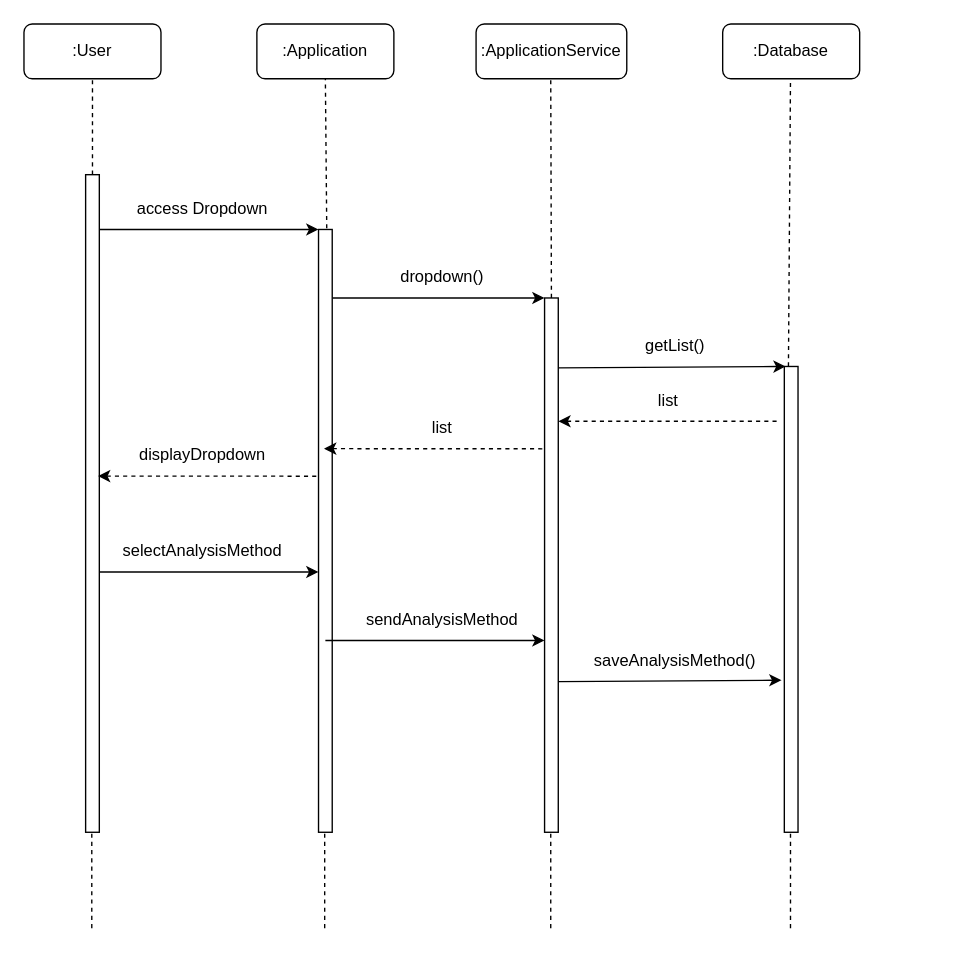
Above: UC3.drawio in 3311GroupProject/youngwookEECS3311Project (draw.io), before the change. Source tidied: cells renumbered, new cells numbered last; positions are measured from the earlier drawing's top-left corner, leaving out a move shared by most shapes. Both pictures are drawn from the tidied source at 137%, with x=0, y=0 at pixel (23, 23).
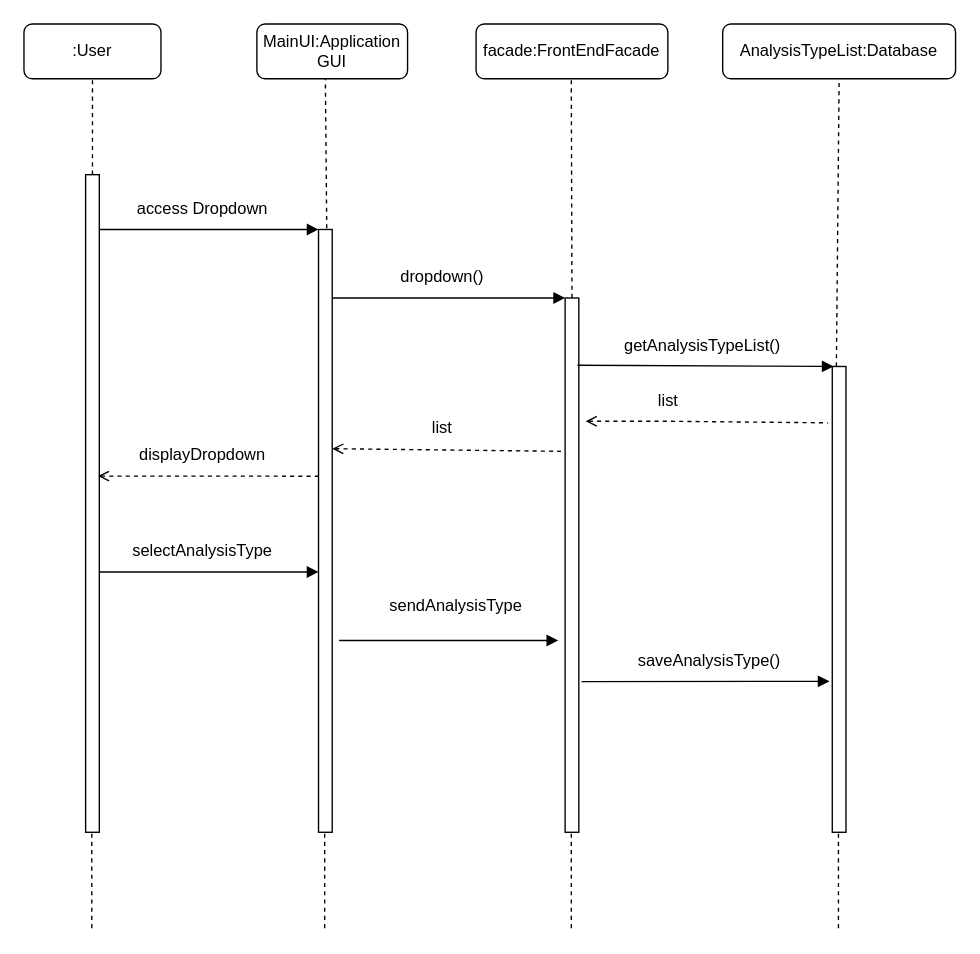
After the change.

The change refers to these unchanged cells:
```xml
<mxCell id="11" style="html=1;points=[];perimeter=orthogonalPerimeter;" parent="1" vertex="1">
  <mxGeometry x="45" y="110" width="10" height="480" as="geometry" />
</mxCell>
<mxCell id="14" style="html=1;points=[];perimeter=orthogonalPerimeter;" parent="1" vertex="1">
  <mxGeometry x="215" y="150" width="10" height="440" as="geometry" />
</mxCell>
```

What changed in the source:
```diff
@@
-    <mxCell id="2" value=":ApplicationService" style="rounded=1;whiteSpace=wrap;html=1;" parent="1" vertex="1">
-      <mxGeometry x="330" width="110" height="40" as="geometry" />
+    <mxCell id="2" value="facade:FrontEndFacade" style="rounded=1;whiteSpace=wrap;html=1;" parent="1" vertex="1">
+      <mxGeometry x="330" width="140" height="40" as="geometry" />
     </mxCell>
-    <mxCell id="3" value=":Application" style="rounded=1;whiteSpace=wrap;html=1;" parent="1" vertex="1">
-      <mxGeometry x="170" width="100" height="40" as="geometry" />
+    <mxCell id="3" value="MainUI:Application GUI" style="rounded=1;whiteSpace=wrap;html=1;" parent="1" vertex="1">
+      <mxGeometry x="170" width="110" height="40" as="geometry" />
     </mxCell>
@@
-    <mxCell id="5" value=":Database" style="rounded=1;whiteSpace=wrap;html=1;" parent="1" vertex="1">
-      <mxGeometry x="510" width="100" height="40" as="geometry" />
+    <mxCell id="5" value="AnalysisTypeList:Database" style="rounded=1;whiteSpace=wrap;html=1;" parent="1" vertex="1">
+      <mxGeometry x="510" width="170" height="40" as="geometry" />
     </mxCell>
@@
     <mxCell id="8" style="endArrow=none;dashed=1;html=1;rounded=0;entryX=0.5;entryY=1;entryDx=0;entryDy=0;" parent="1" edge="1">
       <mxGeometry relative="1" as="geometry">
-        <mxPoint x="385" y="200" as="sourcePoint" />
-        <mxPoint x="384.5" y="40" as="targetPoint" />
+        <mxPoint x="400" y="200" as="sourcePoint" />
+        <mxPoint x="399.5" y="40" as="targetPoint" />
       </mxGeometry>
     </mxCell>
-    <mxCell id="9" style="endArrow=none;dashed=1;html=1;rounded=0;entryX=0.5;entryY=1;entryDx=0;entryDy=0;exitX=0.3;exitY=0;exitDx=0;exitDy=0;exitPerimeter=0;" parent="1" edge="1" source="12">
-      <mxGeometry relative="1" as="geometry">
-        <mxPoint x="559.5" y="40" as="targetPoint" />
-      </mxGeometry>
+    <mxCell id="9" style="endArrow=none;dashed=1;html=1;rounded=0;entryX=0.5;entryY=1;entryDx=0;entryDy=0;exitX=0.3;exitY=0;exitDx=0;exitDy=0;exitPerimeter=0;" parent="1" edge="1" source="12" target="5">
+      <mxGeometry relative="1" as="geometry" />
     </mxCell>
-    <mxCell id="10" style="edgeStyle=orthogonalEdgeStyle;rounded=0;jettySize=auto;html=1;startArrow=none;startFill=0;" parent="1" edge="1" source="11" target="14">
+    <mxCell id="10" style="edgeStyle=orthogonalEdgeStyle;rounded=0;jettySize=auto;html=1;startArrow=none;startFill=0;endArrow=block;endFill=1;" parent="1" edge="1" source="11" target="14">
       <mxGeometry relative="1" as="geometry">
         <Array as="points">
           <mxPoint x="140" y="150" />
           <mxPoint x="140" y="150" />
         </Array>
       </mxGeometry>
     </mxCell>
@@
     <mxCell id="12" style="html=1;points=[];perimeter=orthogonalPerimeter;" parent="1" vertex="1">
-      <mxGeometry x="555" y="250" width="10" height="340" as="geometry" />
+      <mxGeometry x="590" y="250" width="10" height="340" as="geometry" />
     </mxCell>
-    <mxCell id="13" style="edgeStyle=orthogonalEdgeStyle;rounded=0;jettySize=auto;html=1;startArrow=none;startFill=0;" parent="1" edge="1" source="14" target="15">
+    <mxCell id="13" style="edgeStyle=orthogonalEdgeStyle;rounded=0;jettySize=auto;html=1;startArrow=none;startFill=0;endArrow=block;endFill=1;" parent="1" edge="1" source="14" target="15">
       <mxGeometry relative="1" as="geometry">
         <Array as="points">
           <mxPoint x="310" y="200" />
           <mxPoint x="310" y="200" />
         </Array>
       </mxGeometry>
     </mxCell>
@@
     <mxCell id="15" style="html=1;points=[];perimeter=orthogonalPerimeter;" parent="1" vertex="1">
-      <mxGeometry x="380" y="200" width="10" height="390" as="geometry" />
+      <mxGeometry x="395" y="200" width="10" height="390" as="geometry" />
     </mxCell>
-    <mxCell id="16" style="endArrow=classic;html=1;rounded=0;entryX=0.1;entryY=0;entryDx=0;entryDy=0;entryPerimeter=0;" parent="1" edge="1" target="12">
-      <mxGeometry relative="1" as="geometry">
-        <mxPoint x="390" y="251" as="sourcePoint" />
-      </mxGeometry>
+    <mxCell id="16" style="endArrow=block;html=1;rounded=0;entryX=0.1;entryY=0;entryDx=0;entryDy=0;entryPerimeter=0;endFill=1;exitX=0.9;exitY=0.126;exitDx=0;exitDy=0;exitPerimeter=0;" parent="1" edge="1" source="15" target="12">
+      <mxGeometry relative="1" as="geometry" />
     </mxCell>
@@
-    <mxCell id="19" value="getList()" style="text;html=1;align=center;verticalAlign=middle;strokeColor=none;fillColor=none;" parent="1" vertex="1">
-      <mxGeometry x="440" y="220" width="70" height="30" as="geometry" />
+    <mxCell id="19" value="getAnalysisTypeList()" style="text;html=1;align=center;verticalAlign=middle;strokeColor=none;fillColor=none;" parent="1" vertex="1">
+      <mxGeometry x="425" y="220" width="140" height="30" as="geometry" />
     </mxCell>
-    <mxCell id="20" style="endArrow=none;dashed=1;html=1;rounded=0;startArrow=classic;startFill=1;" parent="1" edge="1">
+    <mxCell id="20" style="endArrow=none;dashed=1;html=1;rounded=0;startArrow=open;startFill=0;entryX=-0.3;entryY=0.121;entryDx=0;entryDy=0;entryPerimeter=0;" parent="1" edge="1" target="12">
       <mxGeometry relative="1" as="geometry">
-        <mxPoint x="390" y="290" as="sourcePoint" />
-        <mxPoint x="550" y="290" as="targetPoint" />
+        <mxPoint x="410" y="290" as="sourcePoint" />
         <Array as="points">
           <mxPoint x="470" y="290" />
         </Array>
       </mxGeometry>
     </mxCell>
-    <mxCell id="21" style="endArrow=none;dashed=1;html=1;rounded=0;entryX=-0.4;entryY=0.209;entryDx=0;entryDy=0;entryPerimeter=0;startArrow=classic;startFill=1;" parent="1" edge="1">
+    <mxCell id="21" style="endArrow=none;dashed=1;html=1;rounded=0;entryX=-0.3;entryY=0.287;entryDx=0;entryDy=0;entryPerimeter=0;startArrow=open;startFill=0;" parent="1" edge="1" target="15">
       <mxGeometry relative="1" as="geometry">
-        <mxPoint x="219" y="310" as="sourcePoint" />
-        <mxPoint x="380" y="310.1" as="targetPoint" />
+        <mxPoint x="225" y="310" as="sourcePoint" />
       </mxGeometry>
     </mxCell>
@@
-    <mxCell id="24" style="endArrow=none;dashed=1;html=1;rounded=0;entryX=-0.4;entryY=0.209;entryDx=0;entryDy=0;entryPerimeter=0;startArrow=classic;startFill=1;" parent="1" edge="1">
+    <mxCell id="24" style="endArrow=none;dashed=1;html=1;rounded=0;entryX=-0.4;entryY=0.209;entryDx=0;entryDy=0;entryPerimeter=0;startArrow=open;startFill=0;" parent="1" edge="1">
       <mxGeometry relative="1" as="geometry">
         <mxPoint x="54" y="330" as="sourcePoint" />
         <mxPoint x="215" y="330.1" as="targetPoint" />
       </mxGeometry>
     </mxCell>
@@
-    <mxCell id="26" style="edgeStyle=orthogonalEdgeStyle;rounded=0;orthogonalLoop=1;jettySize=auto;html=1;startArrow=none;startFill=0;" parent="1" edge="1">
+    <mxCell id="26" style="edgeStyle=orthogonalEdgeStyle;rounded=0;orthogonalLoop=1;jettySize=auto;html=1;startArrow=none;startFill=0;endArrow=block;endFill=1;" parent="1" edge="1">
       <mxGeometry relative="1" as="geometry">
         <mxPoint x="55" y="400" as="sourcePoint" />
         <mxPoint x="215" y="400" as="targetPoint" />
         <Array as="points">
           <mxPoint x="140" y="400" />
           <mxPoint x="140" y="400" />
         </Array>
       </mxGeometry>
     </mxCell>
-    <mxCell id="27" value="selectAnalysisMethod" style="text;html=1;align=center;verticalAlign=middle;strokeColor=none;fillColor=none;" parent="1" vertex="1">
-      <mxGeometry x="60" y="370" width="140" height="30" as="geometry" />
+    <mxCell id="27" value="selectAnalysisType" style="text;html=1;align=center;verticalAlign=middle;strokeColor=none;fillColor=none;" parent="1" vertex="1">
+      <mxGeometry x="65" y="370" width="130" height="30" as="geometry" />
     </mxCell>
@@
     <mxCell id="30" style="endArrow=none;dashed=1;html=1;rounded=0;entryX=0.5;entryY=1;entryDx=0;entryDy=0;" parent="1" edge="1">
       <mxGeometry relative="1" as="geometry">
-        <mxPoint x="384.5" y="660" as="sourcePoint" />
-        <mxPoint x="384.5" y="590" as="targetPoint" />
+        <mxPoint x="399.5" y="660" as="sourcePoint" />
+        <mxPoint x="399.5" y="590" as="targetPoint" />
       </mxGeometry>
     </mxCell>
     <mxCell id="31" style="endArrow=none;dashed=1;html=1;rounded=0;entryX=0.5;entryY=1;entryDx=0;entryDy=0;" parent="1" edge="1">
       <mxGeometry relative="1" as="geometry">
-        <mxPoint x="559.5" y="660" as="sourcePoint" />
-        <mxPoint x="559.5" y="590" as="targetPoint" />
+        <mxPoint x="594.5" y="660" as="sourcePoint" />
+        <mxPoint x="594.5" y="590" as="targetPoint" />
       </mxGeometry>
     </mxCell>
-    <mxCell id="32" style="endArrow=classic;html=1;rounded=0;entryX=-0.2;entryY=0.703;entryDx=0;entryDy=0;entryPerimeter=0;" parent="1" edge="1">
+    <mxCell id="32" style="endArrow=block;html=1;rounded=0;entryX=-0.2;entryY=0.676;entryDx=0;entryDy=0;entryPerimeter=0;endFill=1;" parent="1" edge="1" target="12">
       <mxGeometry relative="1" as="geometry">
-        <mxPoint x="390" y="480" as="sourcePoint" />
-        <mxPoint x="553" y="479" as="targetPoint" />
+        <mxPoint x="407" y="480" as="sourcePoint" />
       </mxGeometry>
     </mxCell>
-    <mxCell id="33" value="saveAnalysisMethod()" style="text;html=1;align=center;verticalAlign=middle;strokeColor=none;fillColor=none;" parent="1" vertex="1">
-      <mxGeometry x="405" y="450" width="140" height="30" as="geometry" />
+    <mxCell id="33" value="saveAnalysisType()" style="text;html=1;align=center;verticalAlign=middle;strokeColor=none;fillColor=none;" parent="1" vertex="1">
+      <mxGeometry x="435" y="450" width="130" height="30" as="geometry" />
     </mxCell>
-    <mxCell id="34" style="edgeStyle=orthogonalEdgeStyle;rounded=0;orthogonalLoop=1;jettySize=auto;html=1;startArrow=none;startFill=0;" parent="1" edge="1">
+    <mxCell id="34" style="edgeStyle=orthogonalEdgeStyle;rounded=0;orthogonalLoop=1;jettySize=auto;html=1;startArrow=none;startFill=0;endArrow=block;endFill=1;" parent="1" edge="1">
       <mxGeometry relative="1" as="geometry">
-        <mxPoint x="220" y="450" as="sourcePoint" />
-        <mxPoint x="380" y="450" as="targetPoint" />
+        <mxPoint x="230" y="450" as="sourcePoint" />
+        <mxPoint x="390" y="450" as="targetPoint" />
         <Array as="points">
           <mxPoint x="305" y="450" />
           <mxPoint x="305" y="450" />
         </Array>
       </mxGeometry>
     </mxCell>
-    <mxCell id="35" value="sendAnalysisMethod" style="text;html=1;align=center;verticalAlign=middle;strokeColor=none;fillColor=none;" parent="1" vertex="1">
-      <mxGeometry x="240" y="420" width="130" height="30" as="geometry" />
+    <mxCell id="35" value="sendAnalysisType" style="text;html=1;align=center;verticalAlign=middle;strokeColor=none;fillColor=none;" parent="1" vertex="1">
+      <mxGeometry x="255" y="410" width="120" height="30" as="geometry" />
     </mxCell>
```
